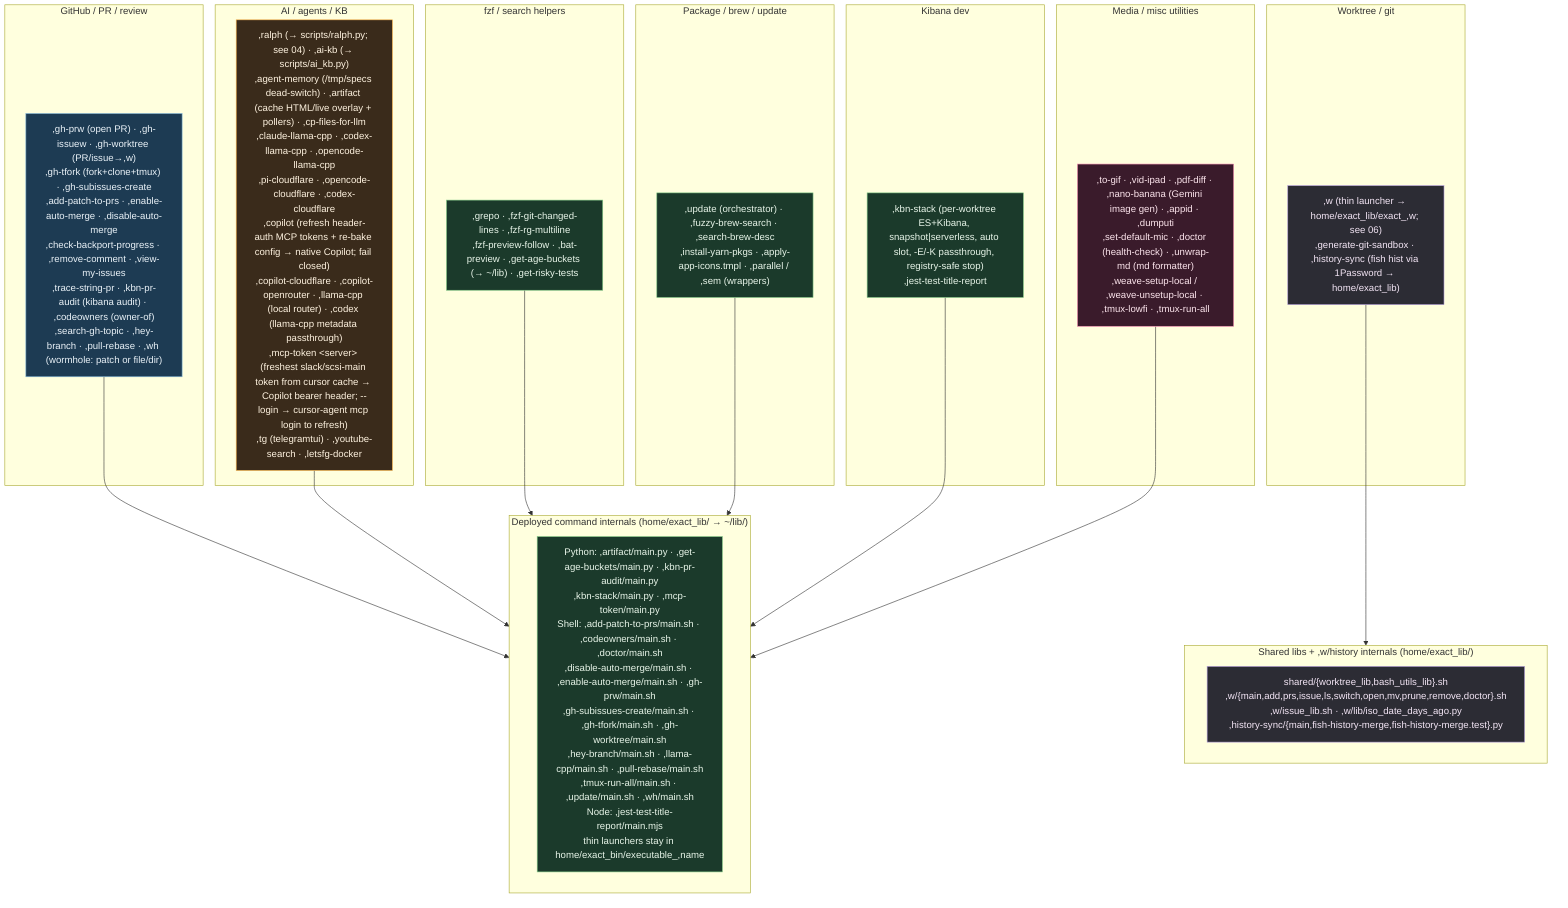
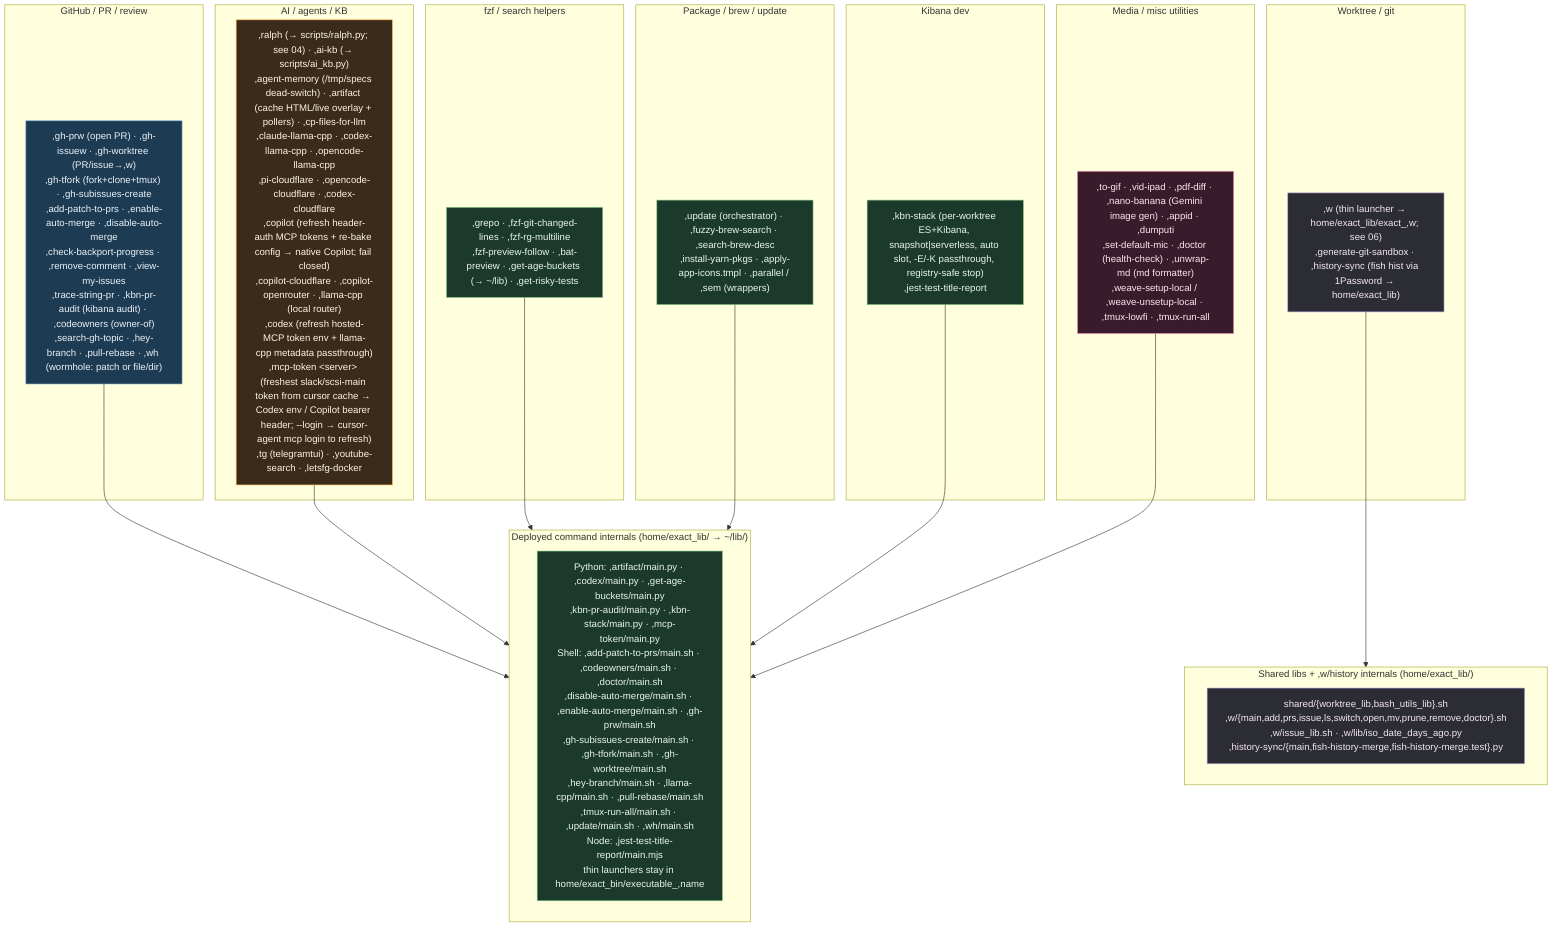
%% ============================================================================
%% 07c-bin-commands.mmd — Every thin command in home/exact_bin/ (70 thin commands)
- %% plus deployed internals in home/exact_lib/ (39 command/shared library files).
+ %% plus deployed internals in home/exact_lib/ (40 command/shared library files).
%% executable_,* → ~/bin/,* (comma-prefixed user commands); home/exact_lib/exact_,name/
%% → ~/lib/,name/. verify-bin-surface keeps each command covered by fish
%% completions, docs, catalog, and non-orphaned command libraries.
%% ============================================================================
flowchart TB
    classDef gh fill:#1d3b53,stroke:#7fb3d5,color:#eaf2f8;
    classDef wt fill:#2c2c34,stroke:#b39ddb,color:#f3e5f5;
    classDef ai fill:#3a2b1b,stroke:#ffb74d,color:#fff3e0;
    classDef media fill:#3a1b2b,stroke:#f48fb1,color:#fce4ec;
    classDef sys fill:#1b3a2b,stroke:#81c784,color:#e8f5e9;

    subgraph GHC["GitHub / PR / review"]
        G[",gh-prw (open PR) · ,gh-issuew · ,gh-worktree (PR/issue→,w)<br/>,gh-tfork (fork+clone+tmux) · ,gh-subissues-create<br/>,add-patch-to-prs · ,enable-auto-merge · ,disable-auto-merge<br/>,check-backport-progress · ,remove-comment · ,view-my-issues<br/>,trace-string-pr · ,kbn-pr-audit (kibana audit) · ,codeowners (owner-of)<br/>,search-gh-topic · ,hey-branch · ,pull-rebase · ,wh (wormhole: patch or file/dir)"]:::gh
    end

    subgraph WTC["Worktree / git"]
        W[",w (thin launcher → home/exact_lib/exact_,w; see 06)<br/>,generate-git-sandbox · ,history-sync (fish hist via 1Password → home/exact_lib)"]:::wt
    end

    subgraph AIC["AI / agents / KB"]
-         A[",ralph (→ scripts/ralph.py; see 04) · ,ai-kb (→ scripts/ai_kb.py)<br/>,agent-memory (/tmp/specs dead-switch) · ,artifact (cache HTML/live overlay + pollers) · ,cp-files-for-llm<br/>,claude-llama-cpp · ,codex-llama-cpp · ,opencode-llama-cpp<br/>,pi-cloudflare · ,opencode-cloudflare · ,codex-cloudflare<br/>,copilot (refresh header-auth MCP tokens + re-bake config → native Copilot; fail closed)<br/>,copilot-cloudflare · ,copilot-openrouter · ,llama-cpp (local router) · ,codex (llama-cpp metadata passthrough)<br/>,mcp-token &lt;server&gt; (freshest slack/scsi-main token from cursor cache → Copilot bearer header; --login → cursor-agent mcp login to refresh)<br/>,tg (telegramtui) · ,youtube-search · ,letsfg-docker"]:::ai
+         A[",ralph (→ scripts/ralph.py; see 04) · ,ai-kb (→ scripts/ai_kb.py)<br/>,agent-memory (/tmp/specs dead-switch) · ,artifact (cache HTML/live overlay + pollers) · ,cp-files-for-llm<br/>,claude-llama-cpp · ,codex-llama-cpp · ,opencode-llama-cpp<br/>,pi-cloudflare · ,opencode-cloudflare · ,codex-cloudflare<br/>,copilot (refresh header-auth MCP tokens + re-bake config → native Copilot; fail closed)<br/>,copilot-cloudflare · ,copilot-openrouter · ,llama-cpp (local router)<br/>,codex (refresh hosted-MCP token env + llama-cpp metadata passthrough)<br/>,mcp-token &lt;server&gt; (freshest slack/scsi-main token from cursor cache → Codex env / Copilot bearer header; --login → cursor-agent mcp login to refresh)<br/>,tg (telegramtui) · ,youtube-search · ,letsfg-docker"]:::ai
    end

    subgraph FZFC["fzf / search helpers"]
        F[",grepo · ,fzf-git-changed-lines · ,fzf-rg-multiline<br/>,fzf-preview-follow · ,bat-preview · ,get-age-buckets (→ ~/lib) · ,get-risky-tests"]:::sys
    end

    subgraph PKGC["Package / brew / update"]
        P[",update (orchestrator) · ,fuzzy-brew-search · ,search-brew-desc<br/>,install-yarn-pkgs · ,apply-app-icons.tmpl · ,parallel / ,sem (wrappers)"]:::sys
    end

    subgraph KBNC["Kibana dev"]
        K[",kbn-stack (per-worktree ES+Kibana, snapshot|serverless, auto slot, -E/-K passthrough, registry-safe stop)<br/>,jest-test-title-report"]:::sys
    end

    subgraph MEDIA["Media / misc utilities"]
        M[",to-gif · ,vid-ipad · ,pdf-diff · ,nano-banana (Gemini image gen) · ,appid · ,dumputi<br/>,set-default-mic · ,doctor (health-check) · ,unwrap-md (md formatter)<br/>,weave-setup-local / ,weave-unsetup-local · ,tmux-lowfi · ,tmux-run-all"]:::media
    end

    subgraph LIBS["Shared libs + ,w/history internals (home/exact_lib/)"]
        L["shared/{worktree_lib,bash_utils_lib}.sh<br/>,w/{main,add,prs,issue,ls,switch,open,mv,prune,remove,doctor}.sh<br/>,w/issue_lib.sh · ,w/lib/iso_date_days_ago.py<br/>,history-sync/{main,fish-history-merge,fish-history-merge.test}.py"]:::wt
    end
    W --> LIBS

    subgraph CMDLIBS["Deployed command internals (home/exact_lib/ → ~/lib/)"]
-         CL["Python: ,artifact/main.py · ,get-age-buckets/main.py · ,kbn-pr-audit/main.py<br/>,kbn-stack/main.py · ,mcp-token/main.py<br/>Shell: ,add-patch-to-prs/main.sh · ,codeowners/main.sh · ,doctor/main.sh<br/>,disable-auto-merge/main.sh · ,enable-auto-merge/main.sh · ,gh-prw/main.sh<br/>,gh-subissues-create/main.sh · ,gh-tfork/main.sh · ,gh-worktree/main.sh<br/>,hey-branch/main.sh · ,llama-cpp/main.sh · ,pull-rebase/main.sh<br/>,tmux-run-all/main.sh · ,update/main.sh · ,wh/main.sh<br/>Node: ,jest-test-title-report/main.mjs<br/>thin launchers stay in home/exact_bin/executable_,name"]:::sys
+         CL["Python: ,artifact/main.py · ,codex/main.py · ,get-age-buckets/main.py<br/>,kbn-pr-audit/main.py · ,kbn-stack/main.py · ,mcp-token/main.py<br/>Shell: ,add-patch-to-prs/main.sh · ,codeowners/main.sh · ,doctor/main.sh<br/>,disable-auto-merge/main.sh · ,enable-auto-merge/main.sh · ,gh-prw/main.sh<br/>,gh-subissues-create/main.sh · ,gh-tfork/main.sh · ,gh-worktree/main.sh<br/>,hey-branch/main.sh · ,llama-cpp/main.sh · ,pull-rebase/main.sh<br/>,tmux-run-all/main.sh · ,update/main.sh · ,wh/main.sh<br/>Node: ,jest-test-title-report/main.mjs<br/>thin launchers stay in home/exact_bin/executable_,name"]:::sys
    end
    G --> CMDLIBS
    A --> CMDLIBS
    F --> CMDLIBS
    P --> CMDLIBS
    K --> CMDLIBS
    M --> CMDLIBS
